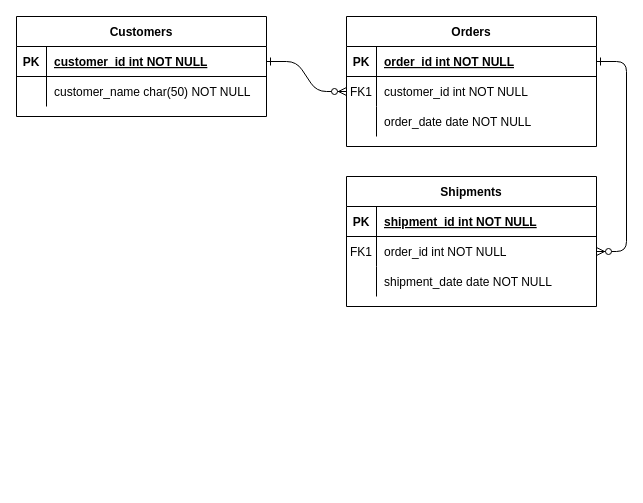
The draw.io diagram Data Bases/Untitled Diagram.drawio in BassedWarrior/A01027983_TC2005B, before the edit. Source tidied: cells renumbered, new cells numbered last; positions are measured from the earlier drawing's top-left corner, leaving out a move shared by most shapes. Both pictures are drawn from the tidied source at 100%, with x=0, y=0 at pixel (16, 16).
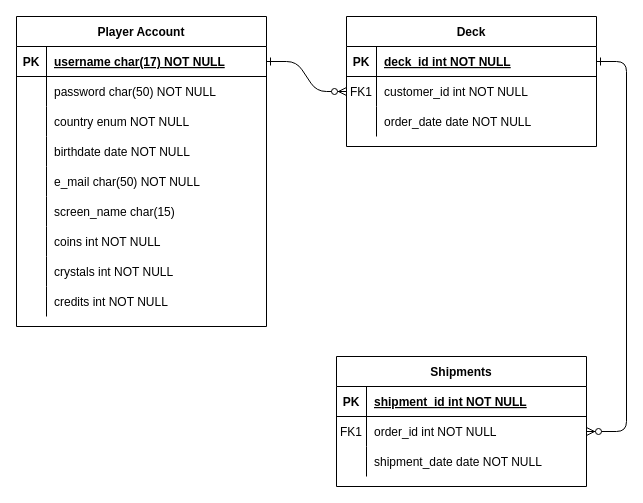
The same diagram, later.

Commit message:
Player account UML created

Unchanged cells that the change refers to:
```xml
<mxCell id="5" style="shape=partialRectangle;fillColor=none;points=[[0,0.5],[1,0.5]];portConstraint=eastwest;top=0;left=0;right=0;bottom=1;" parent="4" vertex="1">
  <mxGeometry y="30" width="250" height="30" as="geometry" />
</mxCell>
<mxCell id="25" style="shape=partialRectangle;fillColor=none;points=[[0,0.5],[1,0.5]];portConstraint=eastwest;top=0;left=0;right=0;bottom=1;" parent="24" vertex="1">
  <mxGeometry y="30" width="250" height="30" as="geometry" />
</mxCell>
<mxCell id="28" style="shape=partialRectangle;fillColor=none;top=0;left=0;right=0;bottom=0;" parent="24" vertex="1">
  <mxGeometry y="60" width="250" height="30" as="geometry" />
</mxCell>
```

Change to the diagram source:
```diff
@@
-    <mxCell id="4" value="Orders" style="shape=table;startSize=30;childLayout=tableLayout;rowLines=0;fontStyle=1;align=center;" parent="1" vertex="1">
+    <mxCell id="4" value="Deck" style="shape=table;startSize=30;childLayout=tableLayout;rowLines=0;fontStyle=1;align=center;" parent="1" vertex="1">
       <mxGeometry x="330" width="250" height="130" as="geometry" />
     </mxCell>
@@
-    <mxCell id="7" value="order_id int NOT NULL " style="shape=partialRectangle;overflow=hidden;fillColor=none;top=0;left=0;bottom=0;right=0;align=left;spacingLeft=6;fontStyle=5;" parent="5" vertex="1">
+    <mxCell id="7" value="deck_id int NOT NULL " style="shape=partialRectangle;overflow=hidden;fillColor=none;top=0;left=0;bottom=0;right=0;align=left;spacingLeft=6;fontStyle=5;" parent="5" vertex="1">
       <mxGeometry x="30" width="220" height="30" as="geometry" />
     </mxCell>
@@
     <mxCell id="14" value="Shipments" style="shape=table;startSize=30;childLayout=tableLayout;rowLines=0;fontStyle=1;align=center;" parent="1" vertex="1">
-      <mxGeometry x="330" y="160" width="250" height="130" as="geometry" />
+      <mxGeometry x="320" y="340" width="250" height="130" as="geometry" />
     </mxCell>
@@
-    <mxCell id="24" value="Customers" style="shape=table;startSize=30;childLayout=tableLayout;rowLines=0;fontStyle=1;align=center;" parent="1" vertex="1">
-      <mxGeometry width="250" height="100" as="geometry" />
+    <mxCell id="24" value="Player Account" style="shape=table;startSize=30;childLayout=tableLayout;rowLines=0;fontStyle=1;align=center;" parent="1" vertex="1">
+      <mxGeometry width="250" height="310" as="geometry" />
     </mxCell>
@@
-    <mxCell id="27" value="customer_id int NOT NULL " style="shape=partialRectangle;overflow=hidden;fillColor=none;top=0;left=0;bottom=0;right=0;align=left;spacingLeft=6;fontStyle=5;" parent="25" vertex="1">
+    <mxCell id="27" value="username char(17) NOT NULL" style="shape=partialRectangle;overflow=hidden;fillColor=none;top=0;left=0;bottom=0;right=0;align=left;spacingLeft=6;fontStyle=5;" parent="25" vertex="1">
       <mxGeometry x="30" width="220" height="30" as="geometry" />
     </mxCell>
@@
-    <mxCell id="29" style="shape=partialRectangle;overflow=hidden;fillColor=none;top=0;left=0;bottom=0;right=0;" parent="28" vertex="1">
-      <mxGeometry width="30" height="30" as="geometry" />
-    </mxCell>
-    <mxCell id="30" value="customer_name char(50) NOT NULL" style="shape=partialRectangle;overflow=hidden;fillColor=none;top=0;left=0;bottom=0;right=0;align=left;spacingLeft=6;" parent="28" vertex="1">
-      <mxGeometry x="30" width="220" height="30" as="geometry" />
-    </mxCell>
+    <mxCell id="31" style="shape=partialRectangle;overflow=hidden;fillColor=none;top=0;left=0;bottom=0;right=0;" parent="28" vertex="1">
+      <mxGeometry width="30" height="30" as="geometry" />
+    </mxCell>
+    <mxCell id="32" value="password char(50) NOT NULL" style="shape=partialRectangle;overflow=hidden;fillColor=none;top=0;left=0;bottom=0;right=0;align=left;spacingLeft=6;" parent="28" vertex="1">
+      <mxGeometry x="30" width="220" height="30" as="geometry" />
+    </mxCell>
+    <mxCell id="33" style="shape=partialRectangle;fillColor=none;top=0;left=0;right=0;bottom=0;" parent="24" vertex="1">
+      <mxGeometry y="90" width="250" height="30" as="geometry" />
+    </mxCell>
+    <mxCell id="34" style="shape=partialRectangle;overflow=hidden;fillColor=none;top=0;left=0;bottom=0;right=0;" parent="33" vertex="1">
+      <mxGeometry width="30" height="30" as="geometry" />
+    </mxCell>
+    <mxCell id="35" value="country enum NOT NULL" style="shape=partialRectangle;overflow=hidden;fillColor=none;top=0;left=0;bottom=0;right=0;align=left;spacingLeft=6;" parent="33" vertex="1">
+      <mxGeometry x="30" width="220" height="30" as="geometry" />
+    </mxCell>
+    <mxCell id="36" style="shape=partialRectangle;fillColor=none;top=0;left=0;right=0;bottom=0;" parent="24" vertex="1">
+      <mxGeometry y="120" width="250" height="30" as="geometry" />
+    </mxCell>
+    <mxCell id="37" style="shape=partialRectangle;overflow=hidden;fillColor=none;top=0;left=0;bottom=0;right=0;" parent="36" vertex="1">
+      <mxGeometry width="30" height="30" as="geometry" />
+    </mxCell>
+    <mxCell id="38" value="birthdate date NOT NULL" style="shape=partialRectangle;overflow=hidden;fillColor=none;top=0;left=0;bottom=0;right=0;align=left;spacingLeft=6;" parent="36" vertex="1">
+      <mxGeometry x="30" width="220" height="30" as="geometry" />
+    </mxCell>
+    <mxCell id="39" style="shape=partialRectangle;fillColor=none;top=0;left=0;right=0;bottom=0;" parent="24" vertex="1">
+      <mxGeometry y="150" width="250" height="30" as="geometry" />
+    </mxCell>
+    <mxCell id="40" style="shape=partialRectangle;overflow=hidden;fillColor=none;top=0;left=0;bottom=0;right=0;" parent="39" vertex="1">
+      <mxGeometry width="30" height="30" as="geometry" />
+    </mxCell>
+    <mxCell id="41" value="e_mail char(50) NOT NULL" style="shape=partialRectangle;overflow=hidden;fillColor=none;top=0;left=0;bottom=0;right=0;align=left;spacingLeft=6;" parent="39" vertex="1">
+      <mxGeometry x="30" width="220" height="30" as="geometry" />
+    </mxCell>
+    <mxCell id="42" style="shape=partialRectangle;fillColor=none;top=0;left=0;right=0;bottom=0;" parent="24" vertex="1">
+      <mxGeometry y="180" width="250" height="30" as="geometry" />
+    </mxCell>
+    <mxCell id="43" style="shape=partialRectangle;overflow=hidden;fillColor=none;top=0;left=0;bottom=0;right=0;" parent="42" vertex="1">
+      <mxGeometry width="30" height="30" as="geometry" />
+    </mxCell>
+    <mxCell id="44" value="screen_name char(15)" style="shape=partialRectangle;overflow=hidden;fillColor=none;top=0;left=0;bottom=0;right=0;align=left;spacingLeft=6;" parent="42" vertex="1">
+      <mxGeometry x="30" width="220" height="30" as="geometry" />
+    </mxCell>
+    <mxCell id="45" style="shape=partialRectangle;fillColor=none;top=0;left=0;right=0;bottom=0;" parent="24" vertex="1">
+      <mxGeometry y="210" width="250" height="30" as="geometry" />
+    </mxCell>
+    <mxCell id="46" style="shape=partialRectangle;overflow=hidden;fillColor=none;top=0;left=0;bottom=0;right=0;" parent="45" vertex="1">
+      <mxGeometry width="30" height="30" as="geometry" />
+    </mxCell>
+    <mxCell id="47" value="coins int NOT NULL" style="shape=partialRectangle;overflow=hidden;fillColor=none;top=0;left=0;bottom=0;right=0;align=left;spacingLeft=6;" parent="45" vertex="1">
+      <mxGeometry x="30" width="220" height="30" as="geometry" />
+    </mxCell>
+    <mxCell id="48" style="shape=partialRectangle;fillColor=none;top=0;left=0;right=0;bottom=0;" parent="24" vertex="1">
+      <mxGeometry y="240" width="250" height="30" as="geometry" />
+    </mxCell>
+    <mxCell id="49" style="shape=partialRectangle;overflow=hidden;fillColor=none;top=0;left=0;bottom=0;right=0;" parent="48" vertex="1">
+      <mxGeometry width="30" height="30" as="geometry" />
+    </mxCell>
+    <mxCell id="50" value="crystals int NOT NULL" style="shape=partialRectangle;overflow=hidden;fillColor=none;top=0;left=0;bottom=0;right=0;align=left;spacingLeft=6;" parent="48" vertex="1">
+      <mxGeometry x="30" width="220" height="30" as="geometry" />
+    </mxCell>
+    <mxCell id="51" style="shape=partialRectangle;fillColor=none;top=0;left=0;right=0;bottom=0;" parent="24" vertex="1">
+      <mxGeometry y="270" width="250" height="30" as="geometry" />
+    </mxCell>
+    <mxCell id="52" style="shape=partialRectangle;overflow=hidden;fillColor=none;top=0;left=0;bottom=0;right=0;" parent="51" vertex="1">
+      <mxGeometry width="30" height="30" as="geometry" />
+    </mxCell>
+    <mxCell id="53" value="credits int NOT NULL" style="shape=partialRectangle;overflow=hidden;fillColor=none;top=0;left=0;bottom=0;right=0;align=left;spacingLeft=6;" parent="51" vertex="1">
+      <mxGeometry x="30" width="220" height="30" as="geometry" />
+    </mxCell>
```
